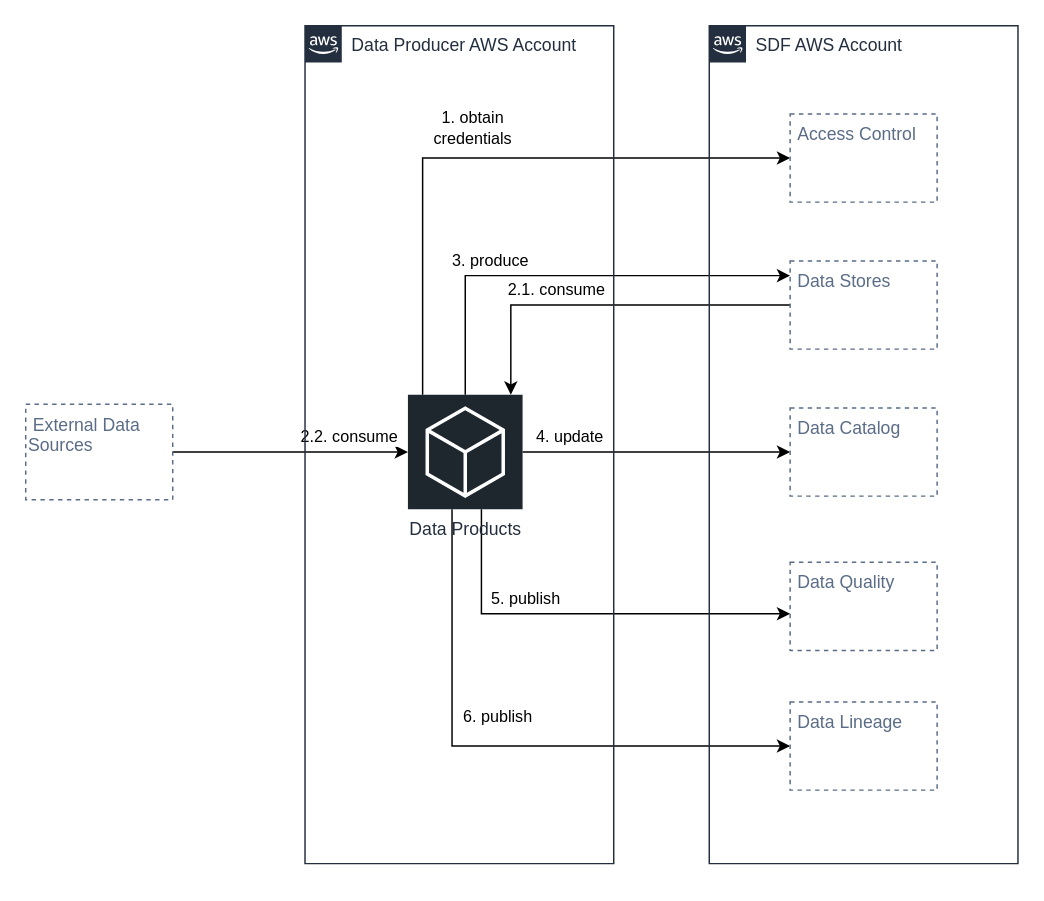
This is page "producers" (2 of 9) of docs/architecture.drawio from aws-solutions-library-samples/guidance-for-data-fabric-on-aws, a draw.io file, before an edit. Source tidied: cells renumbered, new cells numbered last; positions are measured from the earlier drawing's top-left corner, leaving out a move shared by most shapes. Both pictures are drawn from the tidied source at 147%, with x=0, y=0 at pixel (25, 25).
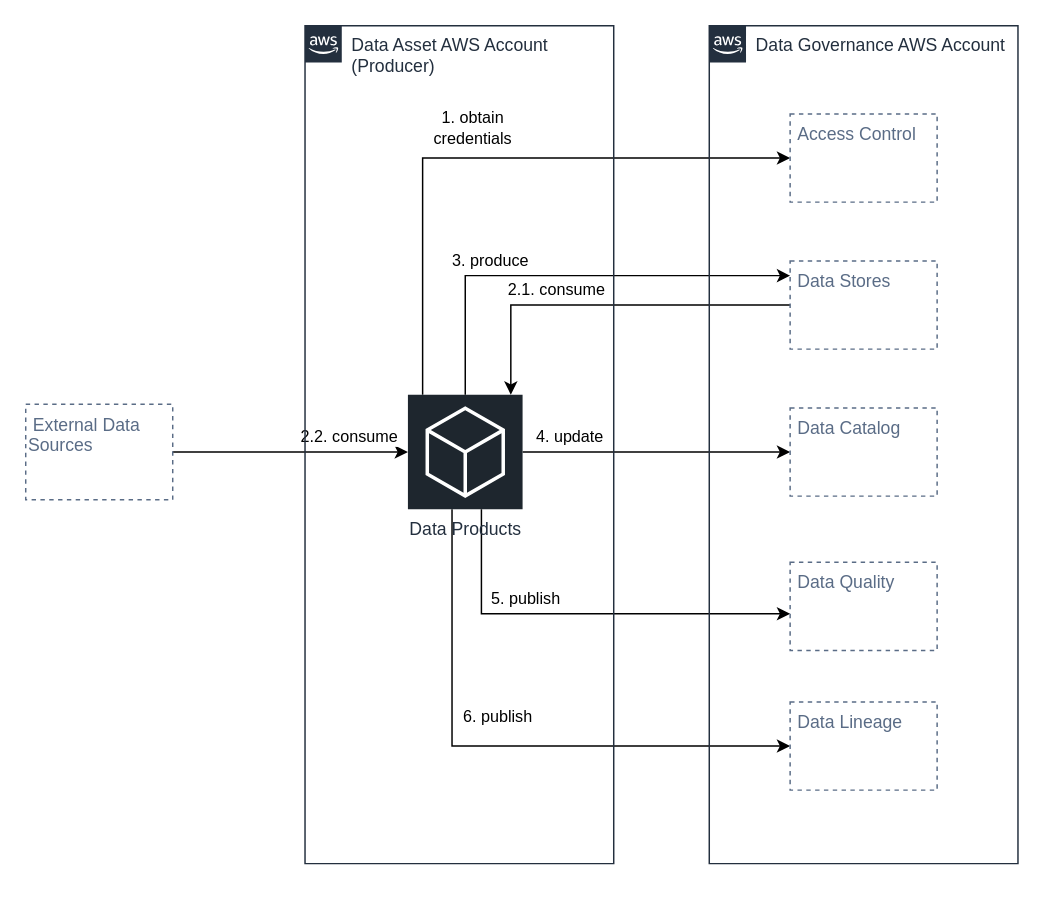
The same diagram, later.

Diff of the diagram source:
```diff
@@
-    <mxCell id="16" value="Data Producer AWS Account" style="gradientColor=none;html=1;whiteSpace=wrap;fontSize=12;fontStyle=0;shape=mxgraph.aws4.group;grIcon=mxgraph.aws4.group_aws_cloud_alt;strokeColor=#232F3E;fillColor=none;verticalAlign=top;align=left;spacingLeft=30;fontColor=#232F3E;dashed=0;" parent="1" vertex="1">
+    <mxCell id="16" value="Data Asset AWS Account (Producer)" style="gradientColor=none;html=1;whiteSpace=wrap;fontSize=12;fontStyle=0;shape=mxgraph.aws4.group;grIcon=mxgraph.aws4.group_aws_cloud_alt;strokeColor=#232F3E;fillColor=none;verticalAlign=top;align=left;spacingLeft=30;fontColor=#232F3E;dashed=0;" parent="1" vertex="1">
       <mxGeometry x="190" width="210" height="570" as="geometry" />
     </mxCell>
-    <mxCell id="17" value="SDF AWS Account" style="points=[[0,0],[0.25,0],[0.5,0],[0.75,0],[1,0],[1,0.25],[1,0.5],[1,0.75],[1,1],[0.75,1],[0.5,1],[0.25,1],[0,1],[0,0.75],[0,0.5],[0,0.25]];outlineConnect=0;gradientColor=none;html=1;whiteSpace=wrap;fontSize=12;fontStyle=0;shape=mxgraph.aws4.group;grIcon=mxgraph.aws4.group_aws_cloud_alt;strokeColor=#232F3E;fillColor=none;verticalAlign=top;align=left;spacingLeft=30;fontColor=#232F3E;dashed=0;" parent="1" vertex="1">
+    <mxCell id="17" value="Data Governance AWS Account" style="points=[[0,0],[0.25,0],[0.5,0],[0.75,0],[1,0],[1,0.25],[1,0.5],[1,0.75],[1,1],[0.75,1],[0.5,1],[0.25,1],[0,1],[0,0.75],[0,0.5],[0,0.25]];outlineConnect=0;gradientColor=none;html=1;whiteSpace=wrap;fontSize=12;fontStyle=0;shape=mxgraph.aws4.group;grIcon=mxgraph.aws4.group_aws_cloud_alt;strokeColor=#232F3E;fillColor=none;verticalAlign=top;align=left;spacingLeft=30;fontColor=#232F3E;dashed=0;" parent="1" vertex="1">
       <mxGeometry x="465" width="210" height="570" as="geometry" />
     </mxCell>
```
